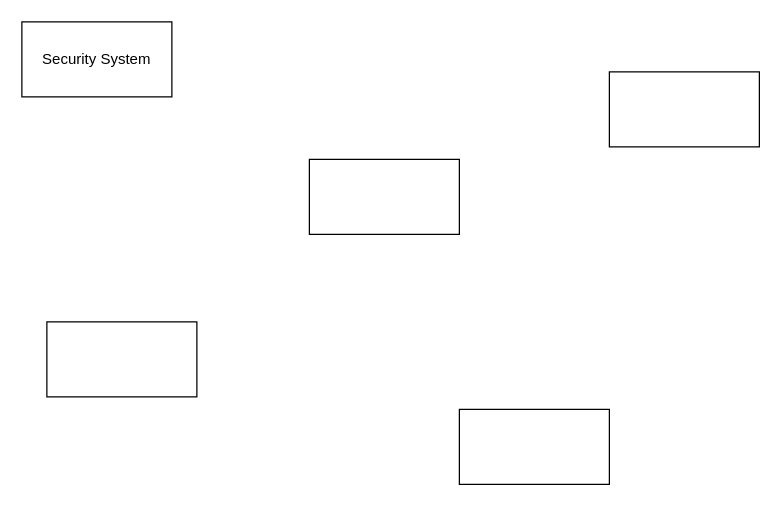
The draw.io diagram workshop10_week11.drawio in antonykimuom/SWEN30006-2025-SM1-workshop1-tuew05-14-00-team-12, before the edit. Source tidied: cells renumbered, new cells numbered last; positions are measured from the earlier drawing's top-left corner, leaving out a move shared by most shapes. Both pictures are drawn from the tidied source at 125%, with x=0, y=0 at pixel (21, 21).
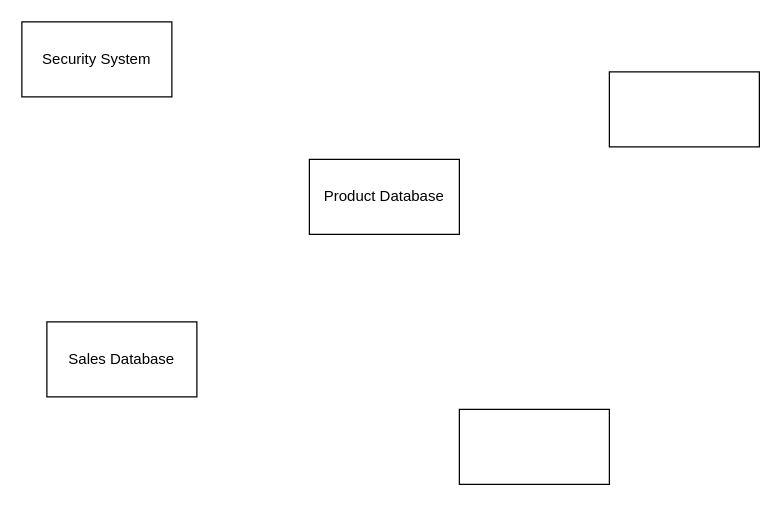
After the change.

Diff of the diagram source:
```diff
@@
 <mxGraphModel>
   <root>
     <mxCell id="0" />
     <mxCell id="1" parent="0" />
-    <mxCell id="2" style="rounded=0;whiteSpace=wrap;html=1;" parent="1" vertex="1">
+    <mxCell id="2" value="Product Database" style="rounded=0;whiteSpace=wrap;html=1;" parent="1" vertex="1">
       <mxGeometry x="230" y="110" width="120" height="60" as="geometry" />
     </mxCell>
     <mxCell id="3" style="rounded=0;whiteSpace=wrap;html=1;" parent="1" vertex="1">
       <mxGeometry x="470" y="40" width="120" height="60" as="geometry" />
     </mxCell>
     <mxCell id="4" value="Security System" style="rounded=0;whiteSpace=wrap;html=1;" parent="1" vertex="1">
       <mxGeometry width="120" height="60" as="geometry" />
     </mxCell>
     <mxCell id="5" style="rounded=0;whiteSpace=wrap;html=1;" parent="1" vertex="1">
       <mxGeometry x="350" y="310" width="120" height="60" as="geometry" />
     </mxCell>
-    <mxCell id="6" style="rounded=0;whiteSpace=wrap;html=1;" parent="1" vertex="1">
+    <mxCell id="6" value="Sales Database" style="rounded=0;whiteSpace=wrap;html=1;" parent="1" vertex="1">
       <mxGeometry x="20" y="240" width="120" height="60" as="geometry" />
     </mxCell>
   </root>
 </mxGraphModel>
```
